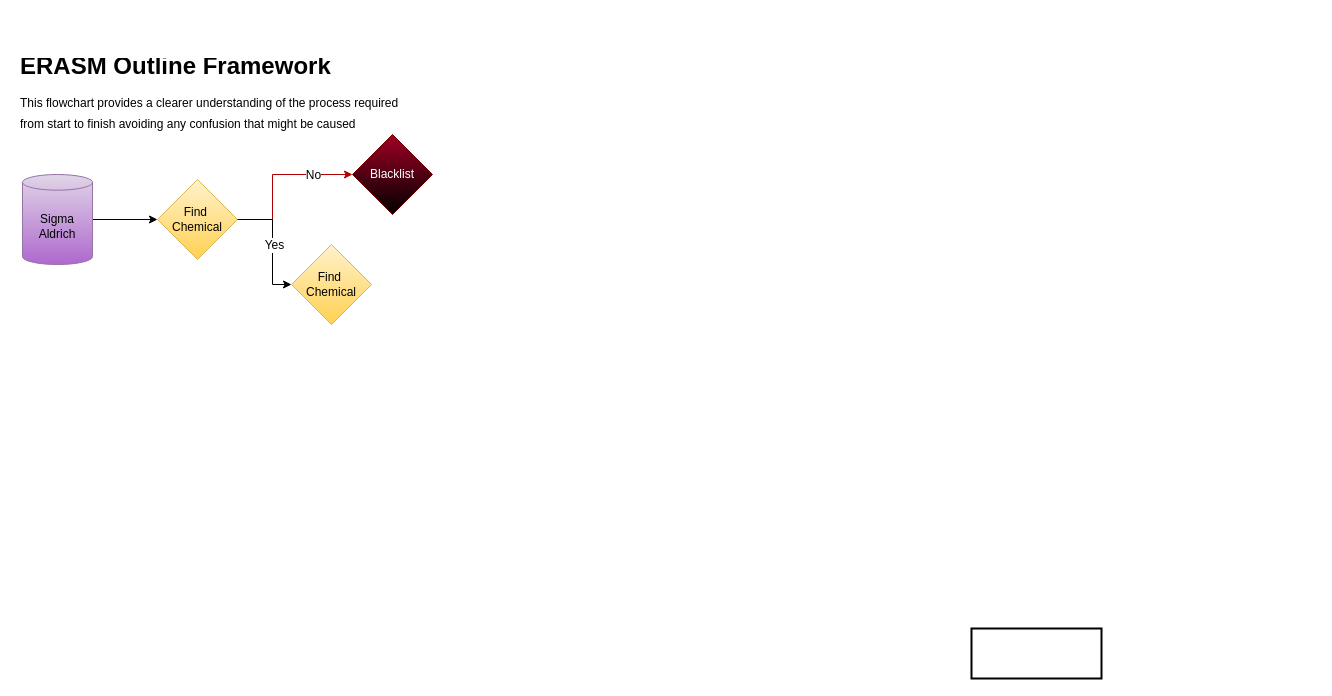
Above: ERASM_Blueprint.drawio in PaiSuryaDarshan/E-RASM (draw.io), before the change. Source tidied: cells renumbered, new cells numbered last; positions are measured from the earlier drawing's top-left corner, leaving out a move shared by most shapes. Both pictures are drawn from the tidied source at 100%, with x=0, y=0 at pixel (18, 51).
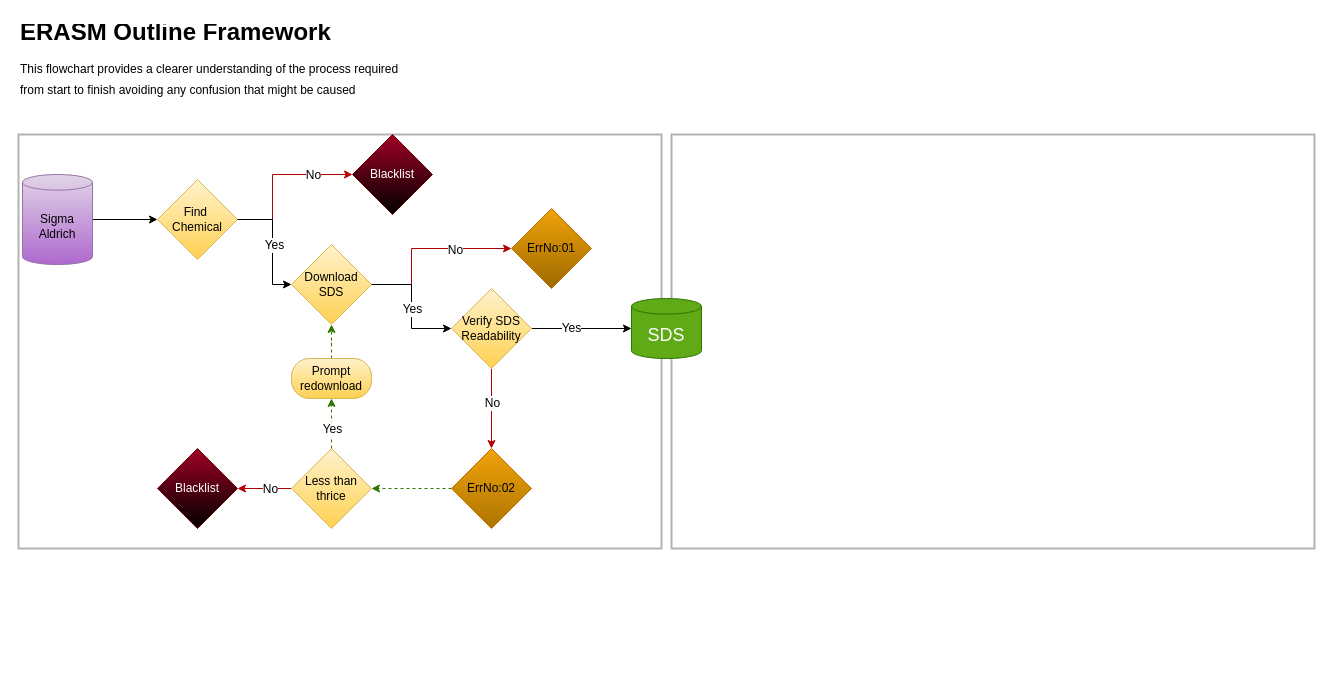
The same page after the edit.

What changed in the source:
```diff
@@
+    <mxCell id="14" style="rounded=0;whiteSpace=wrap;html=1;fillColor=none;strokeWidth=2;opacity=30;" parent="1" vertex="1">
+      <mxGeometry x="653" y="83" width="643" height="414" as="geometry" />
+    </mxCell>
-    <mxCell id="2" style="rounded=0;whiteSpace=wrap;html=1;fillColor=none;strokeWidth=2;" parent="1" vertex="1">
-      <mxGeometry x="953" y="577" width="130" height="50" as="geometry" />
+    <mxCell id="2" style="rounded=0;whiteSpace=wrap;html=1;fillColor=none;strokeWidth=2;opacity=30;" parent="1" vertex="1">
+      <mxGeometry y="83" width="643" height="414" as="geometry" />
     </mxCell>
     <mxCell id="3" value="&lt;h1 style=&quot;margin-top: 0px; line-height: 70%;&quot;&gt;&lt;span style=&quot;background-color: initial;&quot;&gt;ERASM Outline Framework&lt;/span&gt;&lt;/h1&gt;&lt;h1 style=&quot;margin-top: 0px; line-height: 70%;&quot;&gt;&lt;span style=&quot;font-size: 12px; font-weight: normal;&quot;&gt;This flowchart provides a clearer understanding of the process required from start to finish avoiding any confusion that might be caused&lt;/span&gt;&lt;/h1&gt;" style="text;html=1;whiteSpace=wrap;overflow=hidden;rounded=0;" parent="1" vertex="1">
-      <mxGeometry width="390" height="90" as="geometry" />
+      <mxGeometry y="-34" width="390" height="90" as="geometry" />
     </mxCell>
@@
+    <mxCell id="15" style="edgeStyle=orthogonalEdgeStyle;rounded=0;jettySize=auto;html=1;fontFamily=Helvetica;fontSize=12;fontColor=default;fillColor=#e51400;strokeColor=#B20000;" parent="1" edge="1" source="10" target="22">
+      <mxGeometry relative="1" as="geometry">
+        <Array as="points">
+          <mxPoint x="393" y="233" />
+          <mxPoint x="393" y="197" />
+        </Array>
+      </mxGeometry>
+    </mxCell>
+    <mxCell id="16" value="No" style="edgeLabel;html=1;align=center;verticalAlign=middle;strokeColor=#d6b656;fontFamily=Helvetica;fontSize=12;fontColor=default;fillColor=#fff2cc;gradientColor=#ffd152;" parent="15" vertex="1">
+      <mxGeometry x="0.35" y="-2" relative="1" as="geometry">
+        <mxPoint y="-1" as="offset" />
+      </mxGeometry>
+    </mxCell>
-    <mxCell id="10" value="Find&amp;nbsp; Chemical" style="rhombus;whiteSpace=wrap;html=1;fillColor=#fff2cc;strokeColor=#d6b656;gradientColor=#ffd152;" parent="1" vertex="1">
+    <mxCell id="10" value="Download SDS" style="rhombus;whiteSpace=wrap;html=1;fillColor=#fff2cc;strokeColor=#d6b656;gradientColor=#ffd152;" parent="1" vertex="1">
       <mxGeometry x="273" y="193" width="80" height="80" as="geometry" />
     </mxCell>
@@
+    <mxCell id="17" style="edgeStyle=orthogonalEdgeStyle;rounded=0;jettySize=auto;html=1;fontFamily=Helvetica;fontSize=12;fontColor=default;entryX=0;entryY=0.5;entryDx=0;entryDy=0;entryPerimeter=0;" parent="1" edge="1" source="21" target="35">
+      <mxGeometry relative="1" as="geometry" />
+    </mxCell>
+    <mxCell id="18" value="Yes" style="edgeLabel;html=1;align=center;verticalAlign=middle;strokeColor=#d6b656;fontFamily=Helvetica;fontSize=12;fontColor=default;fillColor=#fff2cc;gradientColor=#ffd152;" parent="17" vertex="1">
+      <mxGeometry x="-0.23" y="1" relative="1" as="geometry" />
+    </mxCell>
+    <mxCell id="19" style="edgeStyle=orthogonalEdgeStyle;rounded=0;jettySize=auto;html=1;fontFamily=Helvetica;fontSize=12;fontColor=default;exitX=0.5;exitY=1;exitDx=0;exitDy=0;fillColor=#e51400;strokeColor=#B20000;" parent="1" edge="1" source="21" target="26">
+      <mxGeometry relative="1" as="geometry" />
+    </mxCell>
+    <mxCell id="20" value="No" style="edgeLabel;html=1;align=center;verticalAlign=middle;strokeColor=#d6b656;fontFamily=Helvetica;fontSize=12;fontColor=default;fillColor=#fff2cc;gradientColor=#ffd152;" parent="19" vertex="1">
+      <mxGeometry x="0.06" y="-2" relative="1" as="geometry">
+        <mxPoint x="2" y="-8" as="offset" />
+      </mxGeometry>
+    </mxCell>
+    <mxCell id="21" value="Verify SDS Readability" style="rhombus;whiteSpace=wrap;html=1;fillColor=#fff2cc;strokeColor=#d6b656;gradientColor=#ffd152;" parent="1" vertex="1">
+      <mxGeometry x="433" y="237" width="80" height="80" as="geometry" />
+    </mxCell>
+    <mxCell id="22" value="ErrNo:01" style="rhombus;whiteSpace=wrap;html=1;fillColor=#f0a30a;strokeColor=#BD7000;fontColor=#000000;gradientColor=#9e6900;" parent="1" vertex="1">
+      <mxGeometry x="493" y="157" width="80" height="80" as="geometry" />
+    </mxCell>
+    <mxCell id="23" style="edgeStyle=orthogonalEdgeStyle;rounded=0;jettySize=auto;html=1;fontFamily=Helvetica;fontSize=12;fontColor=default;entryX=0;entryY=0.5;entryDx=0;entryDy=0;" parent="1" edge="1" source="10" target="21">
+      <mxGeometry relative="1" as="geometry" />
+    </mxCell>
+    <mxCell id="24" value="Yes" style="edgeLabel;html=1;align=center;verticalAlign=middle;strokeColor=#d6b656;fontFamily=Helvetica;fontSize=12;fontColor=default;fillColor=#fff2cc;gradientColor=#ffd152;" parent="23" vertex="1">
+      <mxGeometry x="-0.23" y="-1" relative="1" as="geometry">
+        <mxPoint x="1" y="16" as="offset" />
+      </mxGeometry>
+    </mxCell>
+    <mxCell id="25" style="edgeStyle=orthogonalEdgeStyle;rounded=0;jettySize=auto;html=1;fontFamily=Helvetica;fontSize=12;fontColor=default;entryX=1;entryY=0.5;entryDx=0;entryDy=0;dashed=1;fillColor=#60a917;strokeColor=#2D7600;" parent="1" edge="1" source="26" target="30">
+      <mxGeometry relative="1" as="geometry" />
+    </mxCell>
+    <mxCell id="26" value="ErrNo:02" style="rhombus;whiteSpace=wrap;html=1;fillColor=#f0a30a;strokeColor=#BD7000;fontColor=#000000;gradientColor=#ad7400;" parent="1" vertex="1">
+      <mxGeometry x="433" y="397" width="80" height="80" as="geometry" />
+    </mxCell>
+    <mxCell id="27" style="edgeStyle=orthogonalEdgeStyle;rounded=0;jettySize=auto;html=1;entryX=0.5;entryY=1;entryDx=0;entryDy=0;fontFamily=Helvetica;fontSize=12;fontColor=default;dashed=1;fillColor=#60a917;strokeColor=#2D7600;" parent="1" edge="1" source="33" target="10">
+      <mxGeometry relative="1" as="geometry" />
+    </mxCell>
+    <mxCell id="28" style="edgeStyle=orthogonalEdgeStyle;rounded=0;jettySize=auto;html=1;entryX=1;entryY=0.5;entryDx=0;entryDy=0;fontFamily=Helvetica;fontSize=12;fontColor=default;fillColor=#e51400;strokeColor=#B20000;" parent="1" edge="1" source="30" target="34">
+      <mxGeometry relative="1" as="geometry" />
+    </mxCell>
+    <mxCell id="29" value="No" style="edgeLabel;html=1;align=center;verticalAlign=middle;strokeColor=#d6b656;fontFamily=Helvetica;fontSize=12;fontColor=default;fillColor=#fff2cc;gradientColor=#ffd152;" parent="28" vertex="1">
+      <mxGeometry x="0.16" relative="1" as="geometry">
+        <mxPoint x="9" as="offset" />
+      </mxGeometry>
+    </mxCell>
+    <mxCell id="30" value="Less than thrice" style="rhombus;whiteSpace=wrap;html=1;fillColor=#fff2cc;strokeColor=#d6b656;gradientColor=#ffd152;" parent="1" vertex="1">
+      <mxGeometry x="273" y="397" width="80" height="80" as="geometry" />
+    </mxCell>
+    <mxCell id="31" style="edgeStyle=orthogonalEdgeStyle;rounded=0;jettySize=auto;html=1;entryX=0.5;entryY=1;entryDx=0;entryDy=0;fontFamily=Helvetica;fontSize=12;fontColor=default;dashed=1;fillColor=#60a917;strokeColor=#2D7600;" parent="1" edge="1" source="30" target="33">
+      <mxGeometry relative="1" as="geometry" />
+    </mxCell>
+    <mxCell id="32" value="Yes" style="edgeLabel;html=1;align=center;verticalAlign=middle;strokeColor=#d6b656;fontFamily=Helvetica;fontSize=12;fontColor=default;fillColor=#fff2cc;gradientColor=#ffd152;" parent="31" vertex="1">
+      <mxGeometry x="0.01" relative="1" as="geometry">
+        <mxPoint y="5" as="offset" />
+      </mxGeometry>
+    </mxCell>
+    <mxCell id="33" value="&lt;div&gt;Prompt redownload&lt;br&gt;&lt;/div&gt;" style="rounded=1;whiteSpace=wrap;html=1;strokeColor=#d6b656;align=center;verticalAlign=middle;fontFamily=Helvetica;fontSize=12;fontColor=default;fillColor=#fff2cc;gradientColor=#ffd152;arcSize=45;" parent="1" vertex="1">
+      <mxGeometry x="273" y="307" width="80" height="40" as="geometry" />
+    </mxCell>
+    <mxCell id="34" value="Blacklist" style="rhombus;whiteSpace=wrap;html=1;fillColor=#a20025;strokeColor=#6F0000;fontColor=#ffffff;gradientColor=default;" parent="1" vertex="1">
+      <mxGeometry x="139" y="397" width="80" height="80" as="geometry" />
+    </mxCell>
+    <mxCell id="35" value="&lt;font style=&quot;font-size: 18px;&quot;&gt;SDS&lt;/font&gt;" style="shape=cylinder3;whiteSpace=wrap;html=1;boundedLbl=1;backgroundOutline=1;size=7.833282470703125;fillColor=#60a917;strokeColor=#2D7600;fontColor=#ffffff;" parent="1" vertex="1">
+      <mxGeometry x="613" y="247" width="70" height="60" as="geometry" />
+    </mxCell>
```
